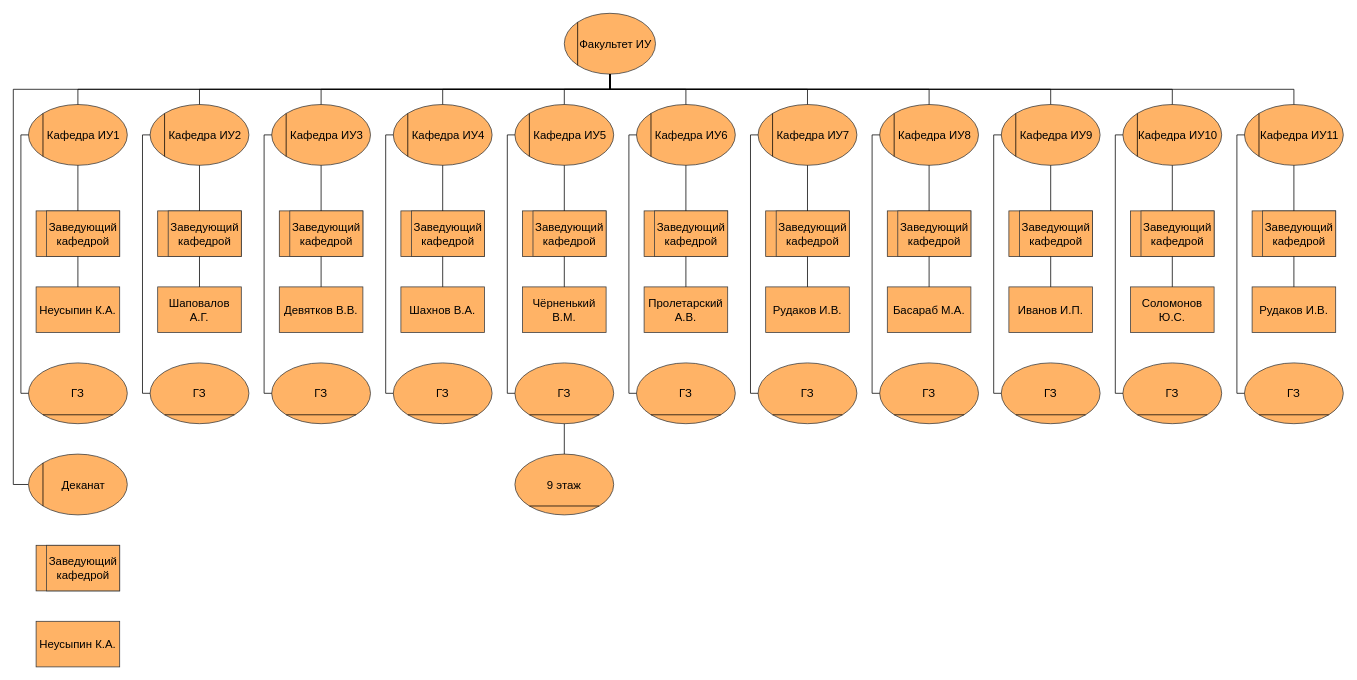
Earlier version of the draw.io diagram ERP l1.drawio (DMfananddu/ERP). Source tidied: cells renumbered, new cells numbered last; positions are measured from the earlier drawing's top-left corner, leaving out a move shared by most shapes. Both pictures are drawn from the tidied source at 76%, with x=0, y=0 at pixel (13, 13).
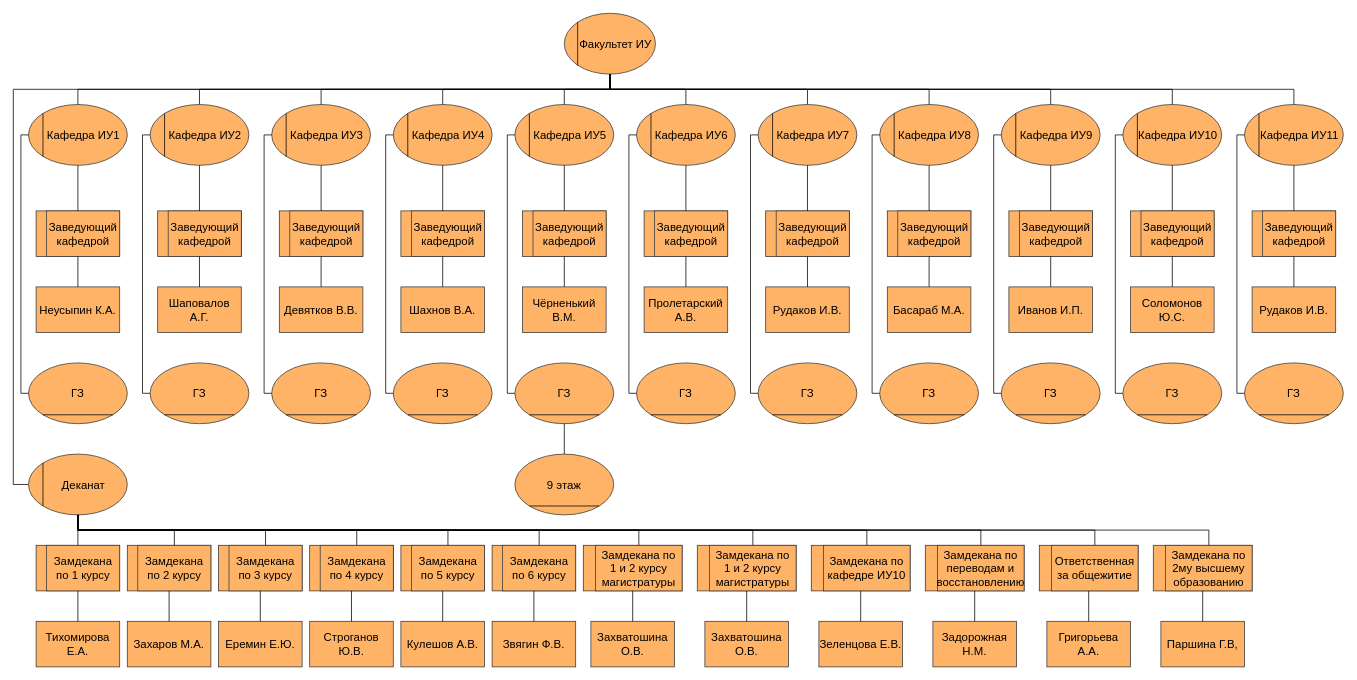
Above is the later version.

The change refers to these unchanged cells:
```xml
<mxCell id="165" value="Деканат" style="ellipse;whiteSpace=wrap;html=1;rounded=0;strokeColor=#36393d;spacingLeft=15;fillColor=#FFB366;fontSize=15;" parent="164" vertex="1">
  <mxGeometry width="130" height="80" as="geometry" />
</mxCell>
<mxCell id="167" style="group;fontSize=15;fillColor=#FFB366;" parent="1" vertex="1">
  <mxGeometry x="30" y="700" width="110" height="60" as="geometry" />
</mxCell>
<mxCell id="168" style="rounded=0;whiteSpace=wrap;html=1;strokeColor=#36393d;fontSize=15;fillColor=#FFB366;" parent="167" vertex="1">
  <mxGeometry width="110" height="60" as="geometry" />
</mxCell>
```

Change to the diagram source:
```diff
@@
-    <mxCell id="169" value="&lt;font style=&quot;font-size: 15px&quot;&gt;Заведующий&lt;br&gt;кафедрой&lt;/font&gt;" style="rounded=0;whiteSpace=wrap;html=1;strokeColor=#36393d;fillColor=#FFB366;" parent="167" vertex="1">
+    <mxCell id="169" value="&lt;span style=&quot;font-size: 15px&quot;&gt;Замдекана по 1 курсу&lt;/span&gt;" style="rounded=0;whiteSpace=wrap;html=1;strokeColor=#36393d;fillColor=#FFB366;" parent="167" vertex="1">
       <mxGeometry x="13.8" width="96.2" height="60" as="geometry" />
     </mxCell>
-    <mxCell id="170" value="&lt;span style=&quot;font-size: 15px&quot;&gt;Неусыпин К.А.&lt;/span&gt;" style="rounded=0;whiteSpace=wrap;html=1;strokeColor=#36393d;fillColor=#FFB366;" parent="1" vertex="1">
+    <mxCell id="170" value="&lt;span style=&quot;font-size: 15px&quot;&gt;Тихомирова Е.А.&lt;/span&gt;" style="rounded=0;whiteSpace=wrap;html=1;strokeColor=#36393d;fillColor=#FFB366;" parent="1" vertex="1">
       <mxGeometry x="30" y="800" width="110" height="60" as="geometry" />
     </mxCell>
+    <mxCell id="171" style="edgeStyle=orthogonalEdgeStyle;rounded=0;jettySize=auto;html=1;fontSize=15;startArrow=none;startFill=0;endArrow=none;endFill=0;" parent="1" edge="1" source="168" target="170">
+      <mxGeometry relative="1" as="geometry" />
+    </mxCell>
+    <mxCell id="172" style="group;fontSize=15;fillColor=#FFB366;" parent="1" vertex="1">
+      <mxGeometry x="150" y="700" width="110" height="60" as="geometry" />
+    </mxCell>
+    <mxCell id="173" style="rounded=0;whiteSpace=wrap;html=1;strokeColor=#36393d;fontSize=15;fillColor=#FFB366;" parent="172" vertex="1">
+      <mxGeometry width="110" height="60" as="geometry" />
+    </mxCell>
+    <mxCell id="174" value="&lt;span style=&quot;font-size: 15px&quot;&gt;Замдекана по 2 курсу&lt;/span&gt;" style="rounded=0;whiteSpace=wrap;html=1;strokeColor=#36393d;fillColor=#FFB366;" parent="172" vertex="1">
+      <mxGeometry x="13.8" width="96.2" height="60" as="geometry" />
+    </mxCell>
+    <mxCell id="175" value="&lt;span style=&quot;font-size: 15px&quot;&gt;Захаров М.А.&lt;/span&gt;" style="rounded=0;whiteSpace=wrap;html=1;strokeColor=#36393d;fillColor=#FFB366;" parent="1" vertex="1">
+      <mxGeometry x="150" y="800" width="110" height="60" as="geometry" />
+    </mxCell>
+    <mxCell id="176" style="edgeStyle=orthogonalEdgeStyle;rounded=0;jettySize=auto;html=1;fontSize=15;startArrow=none;startFill=0;endArrow=none;endFill=0;" parent="1" edge="1" source="173" target="175">
+      <mxGeometry relative="1" as="geometry" />
+    </mxCell>
+    <mxCell id="177" style="group;fontSize=15;fillColor=#FFB366;" parent="1" vertex="1">
+      <mxGeometry x="270" y="700" width="110" height="60" as="geometry" />
+    </mxCell>
+    <mxCell id="178" style="rounded=0;whiteSpace=wrap;html=1;strokeColor=#36393d;fontSize=15;fillColor=#FFB366;" parent="177" vertex="1">
+      <mxGeometry width="110" height="60" as="geometry" />
+    </mxCell>
+    <mxCell id="179" value="&lt;span style=&quot;font-size: 15px&quot;&gt;Замдекана по 3 курсу&lt;/span&gt;" style="rounded=0;whiteSpace=wrap;html=1;strokeColor=#36393d;fillColor=#FFB366;" parent="177" vertex="1">
+      <mxGeometry x="13.8" width="96.2" height="60" as="geometry" />
+    </mxCell>
+    <mxCell id="180" value="&lt;span style=&quot;font-size: 15px&quot;&gt;Еремин Е.Ю.&lt;/span&gt;" style="rounded=0;whiteSpace=wrap;html=1;strokeColor=#36393d;fillColor=#FFB366;" parent="1" vertex="1">
+      <mxGeometry x="270" y="800" width="110" height="60" as="geometry" />
+    </mxCell>
+    <mxCell id="181" style="edgeStyle=orthogonalEdgeStyle;rounded=0;jettySize=auto;html=1;fontSize=15;startArrow=none;startFill=0;endArrow=none;endFill=0;" parent="1" edge="1" source="178" target="180">
+      <mxGeometry relative="1" as="geometry" />
+    </mxCell>
+    <mxCell id="182" style="group;fontSize=15;fillColor=#FFB366;" parent="1" vertex="1">
+      <mxGeometry x="390" y="700" width="110" height="60" as="geometry" />
+    </mxCell>
+    <mxCell id="183" style="rounded=0;whiteSpace=wrap;html=1;strokeColor=#36393d;fontSize=15;fillColor=#FFB366;" parent="182" vertex="1">
+      <mxGeometry width="110" height="60" as="geometry" />
+    </mxCell>
+    <mxCell id="184" value="&lt;span style=&quot;font-size: 15px&quot;&gt;Замдекана по 4 курсу&lt;/span&gt;" style="rounded=0;whiteSpace=wrap;html=1;strokeColor=#36393d;fillColor=#FFB366;" parent="182" vertex="1">
+      <mxGeometry x="13.8" width="96.2" height="60" as="geometry" />
+    </mxCell>
+    <mxCell id="185" value="&lt;span style=&quot;font-size: 15px&quot;&gt;Строганов Ю.В.&lt;/span&gt;" style="rounded=0;whiteSpace=wrap;html=1;strokeColor=#36393d;fillColor=#FFB366;" parent="1" vertex="1">
+      <mxGeometry x="390" y="800" width="110" height="60" as="geometry" />
+    </mxCell>
+    <mxCell id="186" style="edgeStyle=orthogonalEdgeStyle;rounded=0;jettySize=auto;html=1;fontSize=15;startArrow=none;startFill=0;endArrow=none;endFill=0;" parent="1" edge="1" source="183" target="185">
+      <mxGeometry relative="1" as="geometry" />
+    </mxCell>
+    <mxCell id="187" style="group;fontSize=15;fillColor=#FFB366;" parent="1" vertex="1">
+      <mxGeometry x="510" y="700" width="110" height="60" as="geometry" />
+    </mxCell>
+    <mxCell id="188" style="rounded=0;whiteSpace=wrap;html=1;strokeColor=#36393d;fontSize=15;fillColor=#FFB366;" parent="187" vertex="1">
+      <mxGeometry width="110" height="60" as="geometry" />
+    </mxCell>
+    <mxCell id="189" value="&lt;span style=&quot;font-size: 15px&quot;&gt;Замдекана по 5 курсу&lt;/span&gt;" style="rounded=0;whiteSpace=wrap;html=1;strokeColor=#36393d;fillColor=#FFB366;" parent="187" vertex="1">
+      <mxGeometry x="13.8" width="96.2" height="60" as="geometry" />
+    </mxCell>
+    <mxCell id="190" value="&lt;span style=&quot;font-size: 15px&quot;&gt;Кулешов А.В.&lt;/span&gt;" style="rounded=0;whiteSpace=wrap;html=1;strokeColor=#36393d;fillColor=#FFB366;" parent="1" vertex="1">
+      <mxGeometry x="510" y="800" width="110" height="60" as="geometry" />
+    </mxCell>
+    <mxCell id="191" style="edgeStyle=orthogonalEdgeStyle;rounded=0;jettySize=auto;html=1;fontSize=15;startArrow=none;startFill=0;endArrow=none;endFill=0;" parent="1" edge="1" source="188" target="190">
+      <mxGeometry relative="1" as="geometry" />
+    </mxCell>
+    <mxCell id="192" style="group;fontSize=15;fillColor=#FFB366;" parent="1" vertex="1">
+      <mxGeometry x="630" y="700" width="110" height="60" as="geometry" />
+    </mxCell>
+    <mxCell id="193" style="rounded=0;whiteSpace=wrap;html=1;strokeColor=#36393d;fontSize=15;fillColor=#FFB366;" parent="192" vertex="1">
+      <mxGeometry width="110" height="60" as="geometry" />
+    </mxCell>
+    <mxCell id="194" value="&lt;span style=&quot;font-size: 15px&quot;&gt;Замдекана по 6 курсу&lt;/span&gt;" style="rounded=0;whiteSpace=wrap;html=1;strokeColor=#36393d;fillColor=#FFB366;" parent="192" vertex="1">
+      <mxGeometry x="13.8" width="96.2" height="60" as="geometry" />
+    </mxCell>
+    <mxCell id="195" value="&lt;span style=&quot;font-size: 15px&quot;&gt;Звягин Ф.В.&lt;/span&gt;" style="rounded=0;whiteSpace=wrap;html=1;strokeColor=#36393d;fillColor=#FFB366;" parent="1" vertex="1">
+      <mxGeometry x="630" y="800" width="110" height="60" as="geometry" />
+    </mxCell>
+    <mxCell id="196" style="edgeStyle=orthogonalEdgeStyle;rounded=0;jettySize=auto;html=1;fontSize=15;startArrow=none;startFill=0;endArrow=none;endFill=0;" parent="1" edge="1" source="193" target="195">
+      <mxGeometry relative="1" as="geometry" />
+    </mxCell>
+    <mxCell id="197" style="edgeStyle=orthogonalEdgeStyle;rounded=0;jettySize=auto;html=1;fontSize=15;startArrow=none;startFill=0;endArrow=none;endFill=0;" parent="1" edge="1" source="168" target="165">
+      <mxGeometry relative="1" as="geometry" />
+    </mxCell>
+    <mxCell id="198" style="edgeStyle=orthogonalEdgeStyle;rounded=0;jettySize=auto;html=1;entryX=0.5;entryY=1;entryDx=0;entryDy=0;fontSize=15;startArrow=none;startFill=0;endArrow=none;endFill=0;" parent="1" edge="1" source="174" target="165">
+      <mxGeometry relative="1" as="geometry">
+        <Array as="points">
+          <mxPoint x="212" y="680" />
+          <mxPoint x="85" y="680" />
+        </Array>
+      </mxGeometry>
+    </mxCell>
+    <mxCell id="199" style="edgeStyle=orthogonalEdgeStyle;rounded=0;jettySize=auto;html=1;exitX=0.5;exitY=0;exitDx=0;exitDy=0;entryX=0.5;entryY=1;entryDx=0;entryDy=0;fontSize=15;startArrow=none;startFill=0;endArrow=none;endFill=0;" parent="1" edge="1" source="179" target="165">
+      <mxGeometry relative="1" as="geometry" />
+    </mxCell>
+    <mxCell id="200" style="edgeStyle=orthogonalEdgeStyle;rounded=0;jettySize=auto;html=1;exitX=0.5;exitY=0;exitDx=0;exitDy=0;fontSize=15;startArrow=none;startFill=0;endArrow=none;endFill=0;entryX=0.5;entryY=1;entryDx=0;entryDy=0;" parent="1" edge="1" source="184" target="165">
+      <mxGeometry relative="1" as="geometry" />
+    </mxCell>
+    <mxCell id="201" style="edgeStyle=orthogonalEdgeStyle;rounded=0;jettySize=auto;html=1;exitX=0.5;exitY=0;exitDx=0;exitDy=0;entryX=0.5;entryY=1;entryDx=0;entryDy=0;fontSize=15;startArrow=none;startFill=0;endArrow=none;endFill=0;" parent="1" edge="1" source="189" target="165">
+      <mxGeometry relative="1" as="geometry" />
+    </mxCell>
+    <mxCell id="202" style="edgeStyle=orthogonalEdgeStyle;rounded=0;jettySize=auto;html=1;exitX=0.5;exitY=0;exitDx=0;exitDy=0;entryX=0.5;entryY=1;entryDx=0;entryDy=0;fontSize=15;startArrow=none;startFill=0;endArrow=none;endFill=0;" parent="1" edge="1" source="194" target="165">
+      <mxGeometry relative="1" as="geometry" />
+    </mxCell>
+    <mxCell id="203" style="group;fontSize=15;fillColor=#FFB366;" parent="1" vertex="1">
+      <mxGeometry x="750" y="700" width="130" height="60" as="geometry" />
+    </mxCell>
+    <mxCell id="204" style="rounded=0;whiteSpace=wrap;html=1;strokeColor=#36393d;fontSize=15;fillColor=#FFB366;" parent="203" vertex="1">
+      <mxGeometry width="130" height="60" as="geometry" />
+    </mxCell>
+    <mxCell id="205" value="&lt;span style=&quot;font-size: 15px&quot;&gt;Замдекана по&lt;br&gt;1 и 2 курсу магистратуры&lt;/span&gt;" style="rounded=0;whiteSpace=wrap;html=1;strokeColor=#36393d;fillColor=#FFB366;" parent="203" vertex="1">
+      <mxGeometry x="16.2" width="113.8" height="60" as="geometry" />
+    </mxCell>
+    <mxCell id="206" value="&lt;span style=&quot;font-size: 15px&quot;&gt;Захватошина О.В.&lt;/span&gt;" style="rounded=0;whiteSpace=wrap;html=1;strokeColor=#36393d;fillColor=#FFB366;" parent="1" vertex="1">
+      <mxGeometry x="760" y="800" width="110" height="60" as="geometry" />
+    </mxCell>
+    <mxCell id="207" style="edgeStyle=orthogonalEdgeStyle;rounded=0;jettySize=auto;html=1;fontSize=15;startArrow=none;startFill=0;endArrow=none;endFill=0;" parent="1" edge="1" source="204" target="206">
+      <mxGeometry relative="1" as="geometry" />
+    </mxCell>
+    <mxCell id="208" style="edgeStyle=orthogonalEdgeStyle;rounded=0;jettySize=auto;html=1;exitX=0.5;exitY=0;exitDx=0;exitDy=0;entryX=0.5;entryY=1;entryDx=0;entryDy=0;fontSize=15;startArrow=none;startFill=0;endArrow=none;endFill=0;" parent="1" edge="1" source="205" target="165">
+      <mxGeometry relative="1" as="geometry" />
+    </mxCell>
+    <mxCell id="209" style="group;fontSize=15;fillColor=#FFB366;" parent="1" vertex="1">
+      <mxGeometry x="900" y="700" width="130" height="60" as="geometry" />
+    </mxCell>
+    <mxCell id="210" style="rounded=0;whiteSpace=wrap;html=1;strokeColor=#36393d;fontSize=15;fillColor=#FFB366;" parent="209" vertex="1">
+      <mxGeometry width="130" height="60" as="geometry" />
+    </mxCell>
+    <mxCell id="211" value="&lt;span style=&quot;font-size: 15px&quot;&gt;Замдекана по&lt;br&gt;1 и 2 курсу магистратуры&lt;/span&gt;" style="rounded=0;whiteSpace=wrap;html=1;strokeColor=#36393d;fillColor=#FFB366;" parent="209" vertex="1">
+      <mxGeometry x="16.2" width="113.8" height="60" as="geometry" />
+    </mxCell>
+    <mxCell id="212" value="&lt;span style=&quot;font-size: 15px&quot;&gt;Захватошина О.В.&lt;/span&gt;" style="rounded=0;whiteSpace=wrap;html=1;strokeColor=#36393d;fillColor=#FFB366;" parent="1" vertex="1">
+      <mxGeometry x="910" y="800" width="110" height="60" as="geometry" />
+    </mxCell>
+    <mxCell id="213" style="edgeStyle=orthogonalEdgeStyle;rounded=0;jettySize=auto;html=1;fontSize=15;startArrow=none;startFill=0;endArrow=none;endFill=0;" parent="1" edge="1" source="210" target="212">
+      <mxGeometry relative="1" as="geometry" />
+    </mxCell>
+    <mxCell id="214" style="group;fontSize=15;fillColor=#FFB366;" parent="1" vertex="1">
+      <mxGeometry x="1050" y="700" width="130" height="60" as="geometry" />
+    </mxCell>
+    <mxCell id="215" style="rounded=0;whiteSpace=wrap;html=1;strokeColor=#36393d;fontSize=15;fillColor=#FFB366;" parent="214" vertex="1">
+      <mxGeometry width="130" height="60" as="geometry" />
+    </mxCell>
+    <mxCell id="216" value="&lt;span style=&quot;font-size: 15px&quot;&gt;Замдекана по кафедре ИУ10&lt;/span&gt;" style="rounded=0;whiteSpace=wrap;html=1;strokeColor=#36393d;fillColor=#FFB366;" parent="214" vertex="1">
+      <mxGeometry x="16.2" width="113.8" height="60" as="geometry" />
+    </mxCell>
+    <mxCell id="217" value="&lt;span style=&quot;font-size: 15px&quot;&gt;Зеленцова Е.В.&lt;/span&gt;" style="rounded=0;whiteSpace=wrap;html=1;strokeColor=#36393d;fillColor=#FFB366;" parent="1" vertex="1">
+      <mxGeometry x="1060" y="800" width="110" height="60" as="geometry" />
+    </mxCell>
+    <mxCell id="218" style="edgeStyle=orthogonalEdgeStyle;rounded=0;jettySize=auto;html=1;fontSize=15;startArrow=none;startFill=0;endArrow=none;endFill=0;" parent="1" edge="1" source="215" target="217">
+      <mxGeometry relative="1" as="geometry" />
+    </mxCell>
+    <mxCell id="219" style="group;fontSize=15;fillColor=#FFB366;" parent="1" vertex="1">
+      <mxGeometry x="1200" y="700" width="130" height="60" as="geometry" />
+    </mxCell>
+    <mxCell id="220" style="rounded=0;whiteSpace=wrap;html=1;strokeColor=#36393d;fontSize=15;fillColor=#FFB366;" parent="219" vertex="1">
+      <mxGeometry width="130" height="60" as="geometry" />
+    </mxCell>
+    <mxCell id="221" value="&lt;span style=&quot;font-size: 15px&quot;&gt;Замдекана по переводам и восстановлению&lt;/span&gt;" style="rounded=0;whiteSpace=wrap;html=1;strokeColor=#36393d;fillColor=#FFB366;" parent="219" vertex="1">
+      <mxGeometry x="16.2" width="113.8" height="60" as="geometry" />
+    </mxCell>
+    <mxCell id="222" value="&lt;span style=&quot;font-size: 15px&quot;&gt;Задорожная Н.М.&lt;/span&gt;" style="rounded=0;whiteSpace=wrap;html=1;strokeColor=#36393d;fillColor=#FFB366;" parent="1" vertex="1">
+      <mxGeometry x="1210" y="800" width="110" height="60" as="geometry" />
+    </mxCell>
+    <mxCell id="223" style="edgeStyle=orthogonalEdgeStyle;rounded=0;jettySize=auto;html=1;fontSize=15;startArrow=none;startFill=0;endArrow=none;endFill=0;" parent="1" edge="1" source="220" target="222">
+      <mxGeometry relative="1" as="geometry" />
+    </mxCell>
+    <mxCell id="224" style="group;fontSize=15;fillColor=#FFB366;" parent="1" vertex="1">
+      <mxGeometry x="1350" y="700" width="130" height="60" as="geometry" />
+    </mxCell>
+    <mxCell id="225" style="rounded=0;whiteSpace=wrap;html=1;strokeColor=#36393d;fontSize=15;fillColor=#FFB366;" parent="224" vertex="1">
+      <mxGeometry width="130" height="60" as="geometry" />
+    </mxCell>
+    <mxCell id="226" value="&lt;span style=&quot;font-size: 15px&quot;&gt;Ответственная за общежитие&lt;/span&gt;" style="rounded=0;whiteSpace=wrap;html=1;strokeColor=#36393d;fillColor=#FFB366;" parent="224" vertex="1">
+      <mxGeometry x="16.2" width="113.8" height="60" as="geometry" />
+    </mxCell>
+    <mxCell id="227" value="&lt;span style=&quot;font-size: 15px&quot;&gt;Григорьева А.А.&lt;/span&gt;" style="rounded=0;whiteSpace=wrap;html=1;strokeColor=#36393d;fillColor=#FFB366;" parent="1" vertex="1">
+      <mxGeometry x="1360" y="800" width="110" height="60" as="geometry" />
+    </mxCell>
+    <mxCell id="228" style="edgeStyle=orthogonalEdgeStyle;rounded=0;jettySize=auto;html=1;fontSize=15;startArrow=none;startFill=0;endArrow=none;endFill=0;" parent="1" edge="1" source="225" target="227">
+      <mxGeometry relative="1" as="geometry" />
+    </mxCell>
+    <mxCell id="229" style="group;fontSize=15;fillColor=#FFB366;" parent="1" vertex="1">
+      <mxGeometry x="1500" y="700" width="130" height="60" as="geometry" />
+    </mxCell>
+    <mxCell id="230" style="rounded=0;whiteSpace=wrap;html=1;strokeColor=#36393d;fontSize=15;fillColor=#FFB366;" parent="229" vertex="1">
+      <mxGeometry width="130" height="60" as="geometry" />
+    </mxCell>
+    <mxCell id="231" value="&lt;span style=&quot;font-size: 15px&quot;&gt;Замдекана по&lt;br&gt;2му высшему образованию&lt;/span&gt;" style="rounded=0;whiteSpace=wrap;html=1;strokeColor=#36393d;fillColor=#FFB366;" parent="229" vertex="1">
+      <mxGeometry x="16.2" width="113.8" height="60" as="geometry" />
+    </mxCell>
+    <mxCell id="232" value="&lt;span style=&quot;font-size: 15px&quot;&gt;Паршина Г.В,&lt;/span&gt;" style="rounded=0;whiteSpace=wrap;html=1;strokeColor=#36393d;fillColor=#FFB366;" parent="1" vertex="1">
+      <mxGeometry x="1510" y="800" width="110" height="60" as="geometry" />
+    </mxCell>
+    <mxCell id="233" style="edgeStyle=orthogonalEdgeStyle;rounded=0;jettySize=auto;html=1;fontSize=15;startArrow=none;startFill=0;endArrow=none;endFill=0;" parent="1" edge="1" source="230" target="232">
+      <mxGeometry relative="1" as="geometry" />
+    </mxCell>
+    <mxCell id="234" style="edgeStyle=orthogonalEdgeStyle;rounded=0;jettySize=auto;html=1;exitX=0.5;exitY=0;exitDx=0;exitDy=0;entryX=0.5;entryY=1;entryDx=0;entryDy=0;fontSize=15;startArrow=none;startFill=0;endArrow=none;endFill=0;" parent="1" edge="1" source="211" target="165">
+      <mxGeometry relative="1" as="geometry" />
+    </mxCell>
+    <mxCell id="235" style="edgeStyle=orthogonalEdgeStyle;rounded=0;jettySize=auto;html=1;exitX=0.5;exitY=0;exitDx=0;exitDy=0;entryX=0.5;entryY=1;entryDx=0;entryDy=0;fontSize=15;startArrow=none;startFill=0;endArrow=none;endFill=0;" parent="1" edge="1" source="216" target="165">
+      <mxGeometry relative="1" as="geometry" />
+    </mxCell>
+    <mxCell id="236" style="edgeStyle=orthogonalEdgeStyle;rounded=0;jettySize=auto;html=1;exitX=0.5;exitY=0;exitDx=0;exitDy=0;entryX=0.5;entryY=1;entryDx=0;entryDy=0;fontSize=15;startArrow=none;startFill=0;endArrow=none;endFill=0;" parent="1" edge="1" source="221" target="165">
+      <mxGeometry relative="1" as="geometry" />
+    </mxCell>
+    <mxCell id="237" style="edgeStyle=orthogonalEdgeStyle;rounded=0;jettySize=auto;html=1;exitX=0.5;exitY=0;exitDx=0;exitDy=0;fontSize=15;startArrow=none;startFill=0;endArrow=none;endFill=0;entryX=0.5;entryY=1;entryDx=0;entryDy=0;" parent="1" edge="1" source="226" target="165">
+      <mxGeometry relative="1" as="geometry" />
+    </mxCell>
+    <mxCell id="238" style="edgeStyle=orthogonalEdgeStyle;rounded=0;jettySize=auto;html=1;exitX=0.5;exitY=0;exitDx=0;exitDy=0;fontSize=15;startArrow=none;startFill=0;endArrow=none;endFill=0;entryX=0.5;entryY=1;entryDx=0;entryDy=0;" parent="1" edge="1" source="231" target="165">
+      <mxGeometry relative="1" as="geometry" />
+    </mxCell>
```
